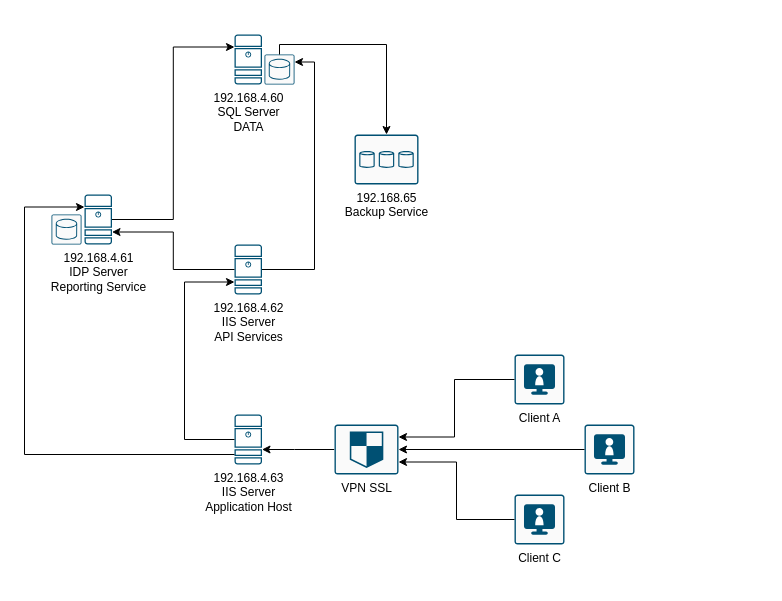
This is Untitled Diagram.drawio from osvcarign/charts, a draw.io file, before an edit. Source tidied: cells renumbered, new cells numbered last; positions are measured from the earlier drawing's top-left corner, leaving out a move shared by most shapes. Both pictures are drawn from the tidied source at 100%, with x=0, y=0 at pixel (24, 34).
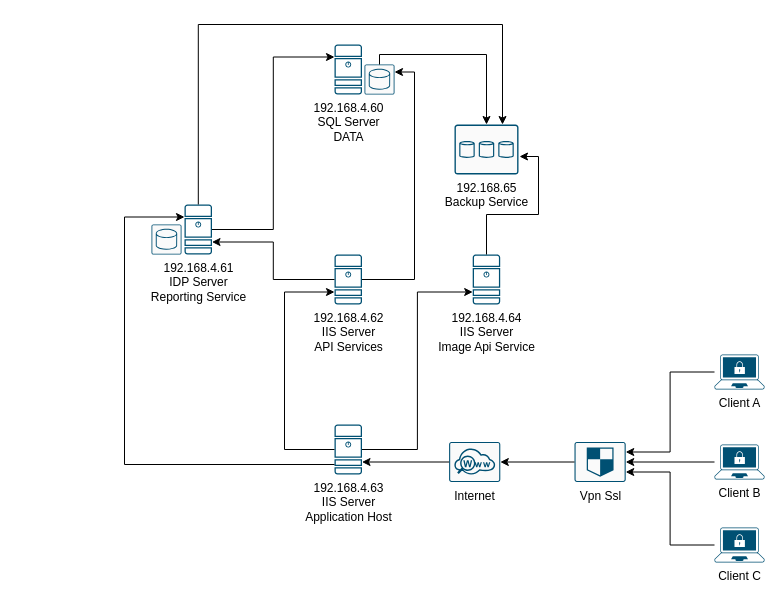
The same diagram, later.

Commit message:
Image Api Service, Internet, Vpn Ssl, Clients

The change refers to these unchanged cells:
```xml
<mxCell id="4" style="sketch=0;points=[[0.015,0.015,0],[0.985,0.015,0],[0.985,0.985,0],[0.015,0.985,0],[0.25,0,0],[0.5,0,0],[0.75,0,0],[1,0.25,0],[1,0.5,0],[1,0.75,0],[0.75,1,0],[0.5,1,0],[0.25,1,0],[0,0.75,0],[0,0.5,0],[0,0.25,0]];verticalLabelPosition=bottom;html=1;verticalAlign=top;align=center;shape=mxgraph.cisco19.rect;prIcon=database_relational;fillColor=#FAFAFA;strokeColor=#005073;" parent="2" vertex="1">
  <mxGeometry x="30" y="20" width="30" height="30" as="geometry" />
</mxCell>
<mxCell id="7" value="192.168.4.61&lt;br&gt;&lt;div&gt;IDP Server&lt;/div&gt;&lt;div&gt;Reporting Service&lt;br&gt;&lt;/div&gt;" style="sketch=0;points=[[0.015,0.015,0],[0.985,0.015,0],[0.985,0.985,0],[0.015,0.985,0],[0.25,0,0],[0.5,0,0],[0.75,0,0],[1,0.25,0],[1,0.5,0],[1,0.75,0],[0.75,1,0],[0.5,1,0],[0.25,1,0],[0,0.75,0],[0,0.5,0],[0,0.25,0]];verticalLabelPosition=bottom;html=1;verticalAlign=top;align=center;shape=mxgraph.cisco19.server;fillColor=#005073;strokeColor=none;" parent="6" vertex="1">
  <mxGeometry x="30" width="27.5" height="50" as="geometry" />
</mxCell>
```

Diff of the diagram source:
```diff
@@
     <mxCell id="2" style="group;" parent="1" vertex="1">
-      <mxGeometry x="210" width="60" height="50" as="geometry" />
+      <mxGeometry x="310" y="10" width="60" height="50" as="geometry" />
     </mxCell>
@@
     <mxCell id="6" style="group;" parent="1" vertex="1">
-      <mxGeometry x="30" y="160" width="57.5" height="50" as="geometry" />
+      <mxGeometry x="130" y="170" width="57.5" height="50" as="geometry" />
     </mxCell>
@@
     <mxCell id="9" value="192.168.4.62&lt;br&gt;&lt;div&gt;IIS Server&lt;br&gt;&lt;/div&gt;&lt;div&gt;API Services&lt;/div&gt;" style="sketch=0;points=[[0.015,0.015,0],[0.985,0.015,0],[0.985,0.985,0],[0.015,0.985,0],[0.25,0,0],[0.5,0,0],[0.75,0,0],[1,0.25,0],[1,0.5,0],[1,0.75,0],[0.75,1,0],[0.5,1,0],[0.25,1,0],[0,0.75,0],[0,0.5,0],[0,0.25,0]];verticalLabelPosition=bottom;html=1;verticalAlign=top;align=center;shape=mxgraph.cisco19.server;fillColor=#005073;strokeColor=none;" parent="1" vertex="1">
-      <mxGeometry x="210" y="210" width="27.5" height="50" as="geometry" />
+      <mxGeometry x="310" y="220" width="27.5" height="50" as="geometry" />
     </mxCell>
@@
     <mxCell id="12" value="192.168.4.63&lt;br&gt;&lt;div&gt;IIS Server&lt;br&gt;&lt;/div&gt;&lt;div&gt;Application Host&lt;/div&gt;" style="sketch=0;points=[[0.015,0.015,0],[0.985,0.015,0],[0.985,0.985,0],[0.015,0.985,0],[0.25,0,0],[0.5,0,0],[0.75,0,0],[1,0.25,0],[1,0.5,0],[1,0.75,0],[0.75,1,0],[0.5,1,0],[0.25,1,0],[0,0.75,0],[0,0.5,0],[0,0.25,0]];verticalLabelPosition=bottom;html=1;verticalAlign=top;align=center;shape=mxgraph.cisco19.server;fillColor=#005073;strokeColor=none;" parent="1" vertex="1">
-      <mxGeometry x="210" y="380" width="27.5" height="50" as="geometry" />
+      <mxGeometry x="310" y="390" width="27.5" height="50" as="geometry" />
     </mxCell>
     <mxCell id="13" style="edgeStyle=orthogonalEdgeStyle;rounded=0;jettySize=auto;html=1;entryX=0;entryY=0.75;entryDx=0;entryDy=0;entryPerimeter=0;" parent="1" edge="1" source="12" target="9">
       <mxGeometry relative="1" as="geometry">
         <Array as="points">
-          <mxPoint x="160" y="405" />
-          <mxPoint x="160" y="248" />
+          <mxPoint x="260" y="415" />
+          <mxPoint x="260" y="258" />
         </Array>
       </mxGeometry>
     </mxCell>
     <mxCell id="14" style="edgeStyle=orthogonalEdgeStyle;rounded=0;jettySize=auto;html=1;entryX=0;entryY=0.25;entryDx=0;entryDy=0;entryPerimeter=0;" parent="1" edge="1" source="12" target="7">
       <mxGeometry relative="1" as="geometry">
         <Array as="points">
-          <mxPoint y="420" />
-          <mxPoint y="173" />
+          <mxPoint x="100" y="430" />
+          <mxPoint x="100" y="183" />
         </Array>
       </mxGeometry>
     </mxCell>
     <mxCell id="15" value="&lt;div&gt;192.168.65&lt;br&gt;&lt;/div&gt;&lt;div&gt;Backup Service&lt;/div&gt;" style="sketch=0;points=[[0.015,0.015,0],[0.985,0.015,0],[0.985,0.985,0],[0.015,0.985,0],[0.25,0,0],[0.5,0,0],[0.75,0,0],[1,0.25,0],[1,0.5,0],[1,0.75,0],[0.75,1,0],[0.5,1,0],[0.25,1,0],[0,0.75,0],[0,0.5,0],[0,0.25,0]];verticalLabelPosition=bottom;html=1;verticalAlign=top;align=center;shape=mxgraph.cisco19.rect;prIcon=storage;fillColor=#FAFAFA;strokeColor=#005073;" parent="1" vertex="1">
-      <mxGeometry x="330" y="100" width="64" height="50" as="geometry" />
+      <mxGeometry x="430" y="90" width="64" height="50" as="geometry" />
     </mxCell>
     <mxCell id="16" style="edgeStyle=orthogonalEdgeStyle;rounded=0;jettySize=auto;html=1;entryX=0.5;entryY=0;entryDx=0;entryDy=0;entryPerimeter=0;" parent="1" edge="1" source="4" target="15">
       <mxGeometry relative="1" as="geometry">
         <Array as="points">
-          <mxPoint x="255" y="10" />
-          <mxPoint x="362" y="10" />
+          <mxPoint x="355" y="20" />
+          <mxPoint x="462" y="20" />
         </Array>
       </mxGeometry>
     </mxCell>
-    <mxCell id="17" style="edgeStyle=orthogonalEdgeStyle;rounded=0;jettySize=auto;html=1;" parent="1" edge="1" source="18" target="12">
-      <mxGeometry relative="1" as="geometry">
-        <Array as="points">
-          <mxPoint x="270" y="415" />
-          <mxPoint x="270" y="415" />
-        </Array>
-      </mxGeometry>
-    </mxCell>
-    <mxCell id="18" value="VPN SSL" style="sketch=0;points=[[0.015,0.015,0],[0.985,0.015,0],[0.985,0.985,0],[0.015,0.985,0],[0.25,0,0],[0.5,0,0],[0.75,0,0],[1,0.25,0],[1,0.5,0],[1,0.75,0],[0.75,1,0],[0.5,1,0],[0.25,1,0],[0,0.75,0],[0,0.5,0],[0,0.25,0]];verticalLabelPosition=bottom;html=1;verticalAlign=top;align=center;shape=mxgraph.cisco19.rect;prIcon=shield;fillColor=#FAFAFA;strokeColor=#005073;" parent="1" vertex="1">
-      <mxGeometry x="310" y="390" width="64" height="50" as="geometry" />
+    <mxCell id="18" value="&lt;div&gt;Vpn Ssl&lt;/div&gt;&lt;div&gt;&lt;br&gt;&lt;/div&gt;" style="sketch=0;points=[[0.015,0.015,0],[0.985,0.015,0],[0.985,0.985,0],[0.015,0.985,0],[0.25,0,0],[0.5,0,0],[0.75,0,0],[1,0.25,0],[1,0.5,0],[1,0.75,0],[0.75,1,0],[0.5,1,0],[0.25,1,0],[0,0.75,0],[0,0.5,0],[0,0.25,0]];verticalLabelPosition=bottom;html=1;verticalAlign=top;align=center;shape=mxgraph.cisco19.rect;prIcon=shield;fillColor=#FAFAFA;strokeColor=#005073;" parent="1" vertex="1">
+      <mxGeometry x="550" y="407.5" width="51.2" height="40" as="geometry" />
     </mxCell>
+    <mxCell id="25" value="Internet" style="sketch=0;points=[[0.015,0.015,0],[0.985,0.015,0],[0.985,0.985,0],[0.015,0.985,0],[0.25,0,0],[0.5,0,0],[0.75,0,0],[1,0.25,0],[1,0.5,0],[1,0.75,0],[0.75,1,0],[0.5,1,0],[0.25,1,0],[0,0.75,0],[0,0.5,0],[0,0.25,0]];verticalLabelPosition=bottom;html=1;verticalAlign=top;align=center;shape=mxgraph.cisco19.rect;prIcon=web_security;fillColor=#FAFAFA;strokeColor=#005073;" parent="1" vertex="1">
+      <mxGeometry x="424.6" y="407.5" width="51.2" height="40" as="geometry" />
+    </mxCell>
-    <mxCell id="19" value="Client A" style="sketch=0;points=[[0.015,0.015,0],[0.985,0.015,0],[0.985,0.985,0],[0.015,0.985,0],[0.25,0,0],[0.5,0,0],[0.75,0,0],[1,0.25,0],[1,0.5,0],[1,0.75,0],[0.75,1,0],[0.5,1,0],[0.25,1,0],[0,0.75,0],[0,0.5,0],[0,0.25,0]];verticalLabelPosition=bottom;html=1;verticalAlign=top;align=center;shape=mxgraph.cisco19.rect;prIcon=telepresence_endpoint;fillColor=#FAFAFA;strokeColor=#005073;" parent="1" vertex="1">
-      <mxGeometry x="490" y="320" width="50" height="50" as="geometry" />
+    <mxCell id="19" value="Client A" style="points=[[0.13,0.02,0],[0.5,0,0],[0.87,0.02,0],[0.885,0.4,0],[0.985,0.985,0],[0.5,1,0],[0.015,0.985,0],[0.115,0.4,0]];verticalLabelPosition=bottom;sketch=0;html=1;verticalAlign=top;align=center;shape=mxgraph.cisco19.secure_endpoints;fillColor=#005073;strokeColor=none;" parent="1" vertex="1">
+      <mxGeometry x="690" y="320" width="50" height="35" as="geometry" />
     </mxCell>
+    <mxCell id="23" style="edgeStyle=orthogonalEdgeStyle;rounded=0;jettySize=auto;html=1;" parent="1" edge="1" source="20" target="18">
+      <mxGeometry relative="1" as="geometry" />
+    </mxCell>
-    <mxCell id="20" value="Client B" style="sketch=0;points=[[0.015,0.015,0],[0.985,0.015,0],[0.985,0.985,0],[0.015,0.985,0],[0.25,0,0],[0.5,0,0],[0.75,0,0],[1,0.25,0],[1,0.5,0],[1,0.75,0],[0.75,1,0],[0.5,1,0],[0.25,1,0],[0,0.75,0],[0,0.5,0],[0,0.25,0]];verticalLabelPosition=bottom;html=1;verticalAlign=top;align=center;shape=mxgraph.cisco19.rect;prIcon=telepresence_endpoint;fillColor=#FAFAFA;strokeColor=#005073;" parent="1" vertex="1">
-      <mxGeometry x="560" y="390" width="50" height="50" as="geometry" />
+    <mxCell id="20" value="Client B" style="points=[[0.13,0.02,0],[0.5,0,0],[0.87,0.02,0],[0.885,0.4,0],[0.985,0.985,0],[0.5,1,0],[0.015,0.985,0],[0.115,0.4,0]];verticalLabelPosition=bottom;sketch=0;html=1;verticalAlign=top;align=center;shape=mxgraph.cisco19.secure_endpoints;fillColor=#005073;strokeColor=none;" parent="1" vertex="1">
+      <mxGeometry x="690" y="410" width="50" height="35" as="geometry" />
     </mxCell>
-    <mxCell id="21" value="Client C" style="sketch=0;points=[[0.015,0.015,0],[0.985,0.015,0],[0.985,0.985,0],[0.015,0.985,0],[0.25,0,0],[0.5,0,0],[0.75,0,0],[1,0.25,0],[1,0.5,0],[1,0.75,0],[0.75,1,0],[0.5,1,0],[0.25,1,0],[0,0.75,0],[0,0.5,0],[0,0.25,0]];verticalLabelPosition=bottom;html=1;verticalAlign=top;align=center;shape=mxgraph.cisco19.rect;prIcon=telepresence_endpoint;fillColor=#FAFAFA;strokeColor=#005073;" parent="1" vertex="1">
-      <mxGeometry x="490" y="460" width="50" height="50" as="geometry" />
+    <mxCell id="21" value="Client C" style="points=[[0.13,0.02,0],[0.5,0,0],[0.87,0.02,0],[0.885,0.4,0],[0.985,0.985,0],[0.5,1,0],[0.015,0.985,0],[0.115,0.4,0]];verticalLabelPosition=bottom;sketch=0;html=1;verticalAlign=top;align=center;shape=mxgraph.cisco19.secure_endpoints;fillColor=#005073;strokeColor=none;" parent="1" vertex="1">
+      <mxGeometry x="690" y="493" width="50" height="35" as="geometry" />
     </mxCell>
+    <mxCell id="26" value="192.168.4.64&lt;br&gt;&lt;div&gt;IIS Server&lt;br&gt;&lt;/div&gt;&lt;div&gt;Image Api Service&lt;br&gt;&lt;/div&gt;" style="sketch=0;points=[[0.015,0.015,0],[0.985,0.015,0],[0.985,0.985,0],[0.015,0.985,0],[0.25,0,0],[0.5,0,0],[0.75,0,0],[1,0.25,0],[1,0.5,0],[1,0.75,0],[0.75,1,0],[0.5,1,0],[0.25,1,0],[0,0.75,0],[0,0.5,0],[0,0.25,0]];verticalLabelPosition=bottom;html=1;verticalAlign=top;align=center;shape=mxgraph.cisco19.server;fillColor=#005073;strokeColor=none;" parent="1" vertex="1">
+      <mxGeometry x="448.2" y="220" width="27.5" height="50" as="geometry" />
+    </mxCell>
+    <mxCell id="27" style="edgeStyle=orthogonalEdgeStyle;rounded=0;jettySize=auto;html=1;entryX=0;entryY=0.75;entryDx=0;entryDy=0;entryPerimeter=0;" parent="1" edge="1" source="12" target="26">
+      <mxGeometry relative="1" as="geometry" />
+    </mxCell>
+    <mxCell id="28" style="edgeStyle=orthogonalEdgeStyle;rounded=0;jettySize=auto;html=1;entryX=1.016;entryY=0.64;entryDx=0;entryDy=0;entryPerimeter=0;" parent="1" edge="1" source="26" target="15">
+      <mxGeometry relative="1" as="geometry" />
+    </mxCell>
+    <mxCell id="29" style="edgeStyle=orthogonalEdgeStyle;rounded=0;jettySize=auto;html=1;entryX=0.75;entryY=0;entryDx=0;entryDy=0;entryPerimeter=0;" parent="1" edge="1" source="7" target="15">
+      <mxGeometry relative="1" as="geometry">
+        <Array as="points">
+          <mxPoint x="174" y="-10" />
+          <mxPoint x="478" y="-10" />
+        </Array>
+      </mxGeometry>
+    </mxCell>
+    <mxCell id="30" style="edgeStyle=orthogonalEdgeStyle;rounded=0;jettySize=auto;html=1;entryX=1;entryY=0.75;entryDx=0;entryDy=0;entryPerimeter=0;" parent="1" edge="1" source="25" target="12">
+      <mxGeometry relative="1" as="geometry" />
+    </mxCell>
+    <mxCell id="31" style="edgeStyle=orthogonalEdgeStyle;rounded=0;jettySize=auto;html=1;entryX=1;entryY=0.5;entryDx=0;entryDy=0;entryPerimeter=0;" parent="1" edge="1" source="18" target="25">
+      <mxGeometry relative="1" as="geometry" />
+    </mxCell>
+    <mxCell id="24" style="edgeStyle=orthogonalEdgeStyle;rounded=0;jettySize=auto;html=1;entryX=1;entryY=0.75;entryDx=0;entryDy=0;entryPerimeter=0;" parent="1" edge="1" source="21" target="18">
+      <mxGeometry relative="1" as="geometry" />
+    </mxCell>
     <mxCell id="22" style="edgeStyle=orthogonalEdgeStyle;rounded=0;jettySize=auto;html=1;entryX=1;entryY=0.25;entryDx=0;entryDy=0;entryPerimeter=0;" parent="1" edge="1" source="19" target="18">
-      <mxGeometry relative="1" as="geometry">
-        <Array as="points">
-          <mxPoint x="430" y="345" />
-          <mxPoint x="430" y="403" />
-        </Array>
-      </mxGeometry>
+      <mxGeometry relative="1" as="geometry" />
     </mxCell>
-    <mxCell id="23" style="edgeStyle=orthogonalEdgeStyle;rounded=0;jettySize=auto;html=1;entryX=1;entryY=0.5;entryDx=0;entryDy=0;entryPerimeter=0;" parent="1" edge="1" source="20" target="18">
-      <mxGeometry relative="1" as="geometry" />
-    </mxCell>
-    <mxCell id="24" style="edgeStyle=orthogonalEdgeStyle;rounded=0;jettySize=auto;html=1;entryX=1;entryY=0.75;entryDx=0;entryDy=0;entryPerimeter=0;" parent="1" edge="1" source="21" target="18">
-      <mxGeometry relative="1" as="geometry" />
-    </mxCell>
```
